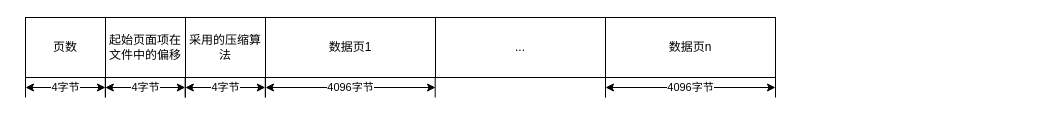
This is 支持透明压缩的文件格式.drawio from gokucai/drawio_repo, a draw.io file, before an edit. Source tidied: cells renumbered, new cells numbered last; positions are measured from the earlier drawing's top-left corner, leaving out a move shared by most shapes. Both pictures are drawn from the tidied source at 100%, with x=0, y=0 at pixel (25, 17).
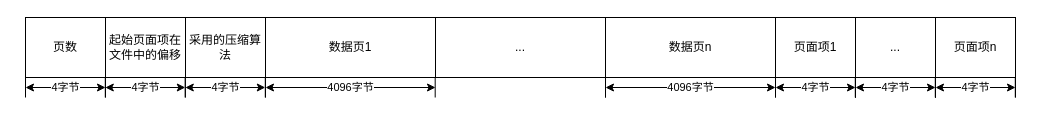
After the change.

Commit message (it also covers changes not shown here):
更新支持透明压缩的文件格式.drawio

What changed in the source:
```diff
@@
+    <mxCell id="24" value="页面项1" style="rounded=0;whiteSpace=wrap;html=1;" parent="1" vertex="1">
+      <mxGeometry x="750" width="80" height="60" as="geometry" />
+    </mxCell>
+    <mxCell id="25" style="endArrow=none;html=1;rounded=0;" parent="1" edge="1">
+      <mxGeometry relative="1" as="geometry">
+        <mxPoint x="750" y="80" as="sourcePoint" />
+        <mxPoint x="750" y="60" as="targetPoint" />
+      </mxGeometry>
+    </mxCell>
+    <mxCell id="26" style="endArrow=none;html=1;rounded=0;" parent="1" edge="1">
+      <mxGeometry relative="1" as="geometry">
+        <mxPoint x="830" y="80" as="sourcePoint" />
+        <mxPoint x="830" y="60" as="targetPoint" />
+      </mxGeometry>
+    </mxCell>
+    <mxCell id="27" value="4字节" style="endArrow=classic;startArrow=classic;html=1;rounded=0;" parent="1" edge="1">
+      <mxGeometry relative="1" as="geometry">
+        <mxPoint x="750" y="70" as="sourcePoint" />
+        <mxPoint x="830" y="70" as="targetPoint" />
+      </mxGeometry>
+    </mxCell>
+    <mxCell id="28" style="endArrow=none;html=1;rounded=0;" parent="1" edge="1">
+      <mxGeometry relative="1" as="geometry">
+        <mxPoint x="829.8" y="80" as="sourcePoint" />
+        <mxPoint x="829.8" y="60" as="targetPoint" />
+      </mxGeometry>
+    </mxCell>
+    <mxCell id="29" style="endArrow=none;html=1;rounded=0;" parent="1" edge="1">
+      <mxGeometry relative="1" as="geometry">
+        <mxPoint x="830" y="80" as="sourcePoint" />
+        <mxPoint x="830" y="60" as="targetPoint" />
+      </mxGeometry>
+    </mxCell>
+    <mxCell id="30" value="..." style="rounded=0;whiteSpace=wrap;html=1;" parent="1" vertex="1">
+      <mxGeometry x="830" width="80" height="60" as="geometry" />
+    </mxCell>
+    <mxCell id="31" style="endArrow=none;html=1;rounded=0;" parent="1" edge="1">
+      <mxGeometry relative="1" as="geometry">
+        <mxPoint x="830" y="80" as="sourcePoint" />
+        <mxPoint x="830" y="60" as="targetPoint" />
+      </mxGeometry>
+    </mxCell>
+    <mxCell id="32" style="endArrow=none;html=1;rounded=0;" parent="1" edge="1">
+      <mxGeometry relative="1" as="geometry">
+        <mxPoint x="910" y="80" as="sourcePoint" />
+        <mxPoint x="910" y="60" as="targetPoint" />
+      </mxGeometry>
+    </mxCell>
+    <mxCell id="33" value="4字节" style="endArrow=classic;startArrow=classic;html=1;rounded=0;" parent="1" edge="1">
+      <mxGeometry relative="1" as="geometry">
+        <mxPoint x="830" y="70" as="sourcePoint" />
+        <mxPoint x="910" y="70" as="targetPoint" />
+      </mxGeometry>
+    </mxCell>
+    <mxCell id="34" style="endArrow=none;html=1;rounded=0;" parent="1" edge="1">
+      <mxGeometry relative="1" as="geometry">
+        <mxPoint x="909.8" y="80" as="sourcePoint" />
+        <mxPoint x="909.8" y="60" as="targetPoint" />
+      </mxGeometry>
+    </mxCell>
+    <mxCell id="35" style="endArrow=none;html=1;rounded=0;" parent="1" edge="1">
+      <mxGeometry relative="1" as="geometry">
+        <mxPoint x="910" y="80" as="sourcePoint" />
+        <mxPoint x="910" y="60" as="targetPoint" />
+      </mxGeometry>
+    </mxCell>
+    <mxCell id="36" value="页面项n" style="rounded=0;whiteSpace=wrap;html=1;" parent="1" vertex="1">
+      <mxGeometry x="910" width="80" height="60" as="geometry" />
+    </mxCell>
+    <mxCell id="37" style="endArrow=none;html=1;rounded=0;" parent="1" edge="1">
+      <mxGeometry relative="1" as="geometry">
+        <mxPoint x="910" y="80" as="sourcePoint" />
+        <mxPoint x="910" y="60" as="targetPoint" />
+      </mxGeometry>
+    </mxCell>
+    <mxCell id="38" style="endArrow=none;html=1;rounded=0;" parent="1" edge="1">
+      <mxGeometry relative="1" as="geometry">
+        <mxPoint x="990" y="80" as="sourcePoint" />
+        <mxPoint x="990" y="60" as="targetPoint" />
+      </mxGeometry>
+    </mxCell>
+    <mxCell id="39" value="4字节" style="endArrow=classic;startArrow=classic;html=1;rounded=0;" parent="1" edge="1">
+      <mxGeometry relative="1" as="geometry">
+        <mxPoint x="910" y="70" as="sourcePoint" />
+        <mxPoint x="990" y="70" as="targetPoint" />
+      </mxGeometry>
+    </mxCell>
+    <mxCell id="40" style="endArrow=none;html=1;rounded=0;" parent="1" edge="1">
+      <mxGeometry relative="1" as="geometry">
+        <mxPoint x="989.8" y="80" as="sourcePoint" />
+        <mxPoint x="989.8" y="60" as="targetPoint" />
+      </mxGeometry>
+    </mxCell>
```
